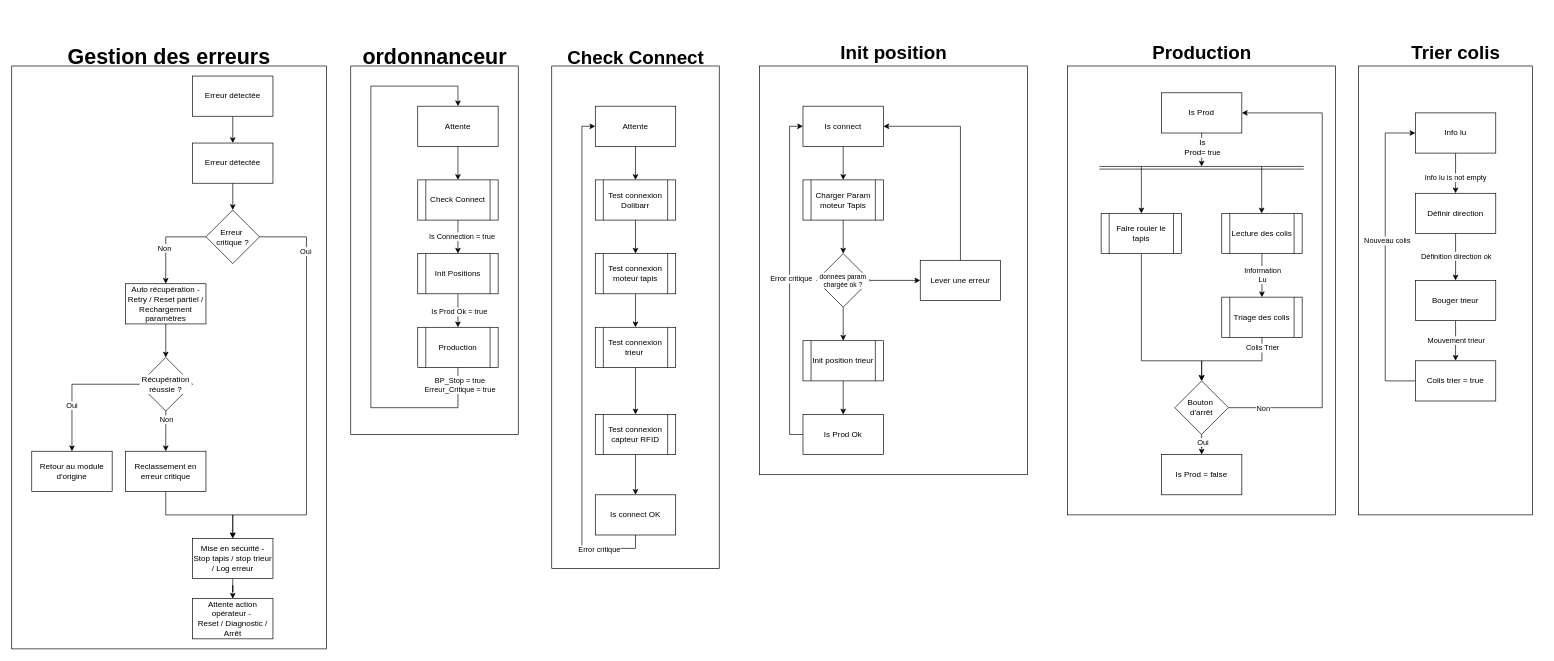
Earlier version of the draw.io diagram docs/Schema_state_machine.drawio (Mr-terra/Conveyor_belt). Source tidied: cells renumbered, new cells numbered last; positions are measured from the earlier drawing's top-left corner, leaving out a move shared by most shapes. Both pictures are drawn from the tidied source at 67%, with x=0, y=0 at pixel (11, 39).
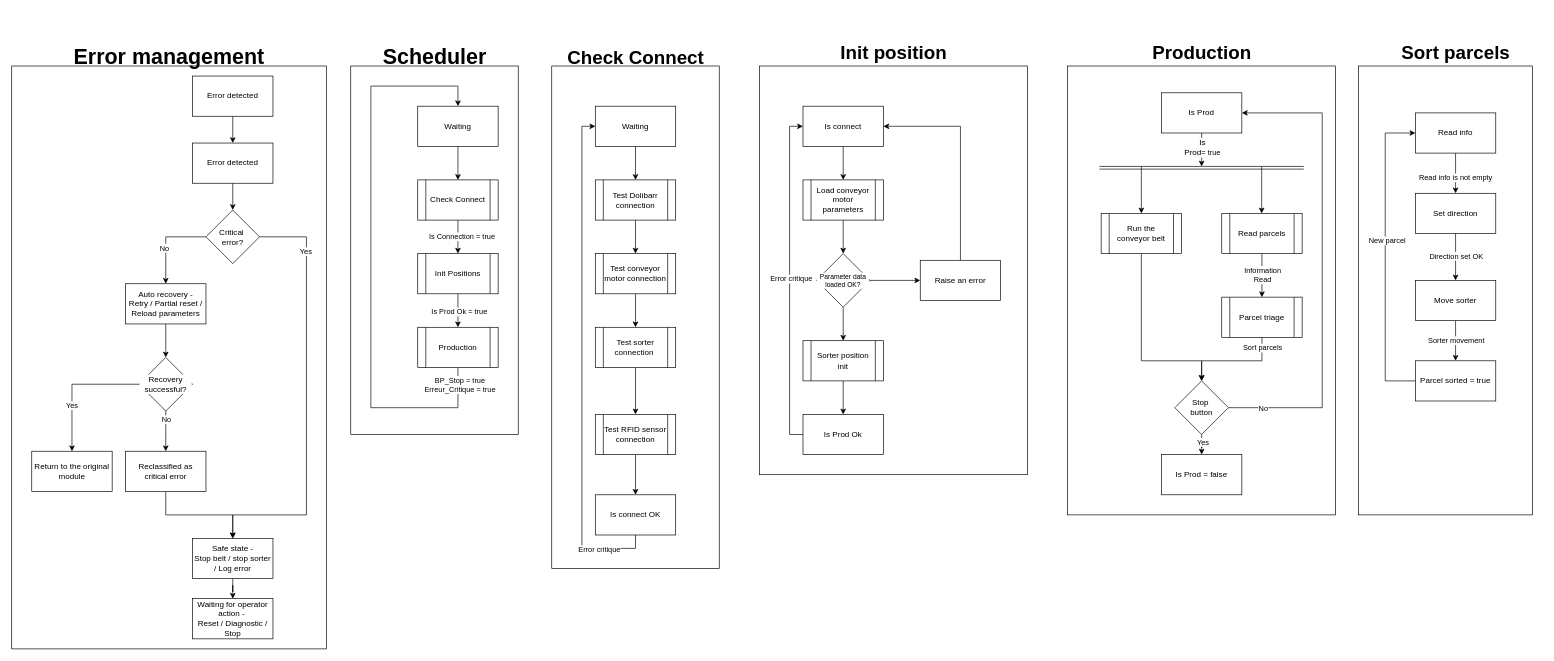
After the change.

Unchanged cells that the change refers to:
```xml
<mxCell id="2" style="group;" parent="1" vertex="1">
  <mxGeometry x="506" width="250" height="590" as="geometry" />
</mxCell>
<mxCell id="22" style="group;" parent="1" vertex="1">
  <mxGeometry x="806" width="250" height="790" as="geometry" />
</mxCell>
<mxCell id="50" style="group;" parent="1" vertex="1">
  <mxGeometry width="470" height="910" as="geometry" />
</mxCell>
<mxCell id="57" style="edgeStyle=orthogonalEdgeStyle;rounded=0;jettySize=auto;html=1;exitX=0;exitY=0.5;exitDx=0;exitDy=0;" parent="50" edge="1" source="61" target="63">
  <mxGeometry relative="1" as="geometry">
    <Array as="points">
      <mxPoint x="229.9" y="295" />
    </Array>
  </mxGeometry>
</mxCell>
<mxCell id="59" style="edgeStyle=orthogonalEdgeStyle;rounded=0;jettySize=auto;html=1;exitX=1;exitY=0.5;exitDx=0;exitDy=0;entryX=0.5;entryY=0;entryDx=0;entryDy=0;" parent="50" edge="1" source="61" target="73">
  <mxGeometry relative="1" as="geometry">
    <Array as="points">
      <mxPoint x="439.9" y="295" />
      <mxPoint x="439.9" y="710" />
      <mxPoint x="329.9" y="710" />
    </Array>
  </mxGeometry>
</mxCell>
<mxCell id="64" style="edgeStyle=orthogonalEdgeStyle;rounded=0;jettySize=auto;html=1;exitX=0;exitY=0.5;exitDx=0;exitDy=0;entryX=0.5;entryY=0;entryDx=0;entryDy=0;" parent="50" edge="1" source="68" target="71">
  <mxGeometry relative="1" as="geometry" />
</mxCell>
<mxCell id="66" style="edgeStyle=orthogonalEdgeStyle;rounded=0;jettySize=auto;html=1;exitX=0.5;exitY=1;exitDx=0;exitDy=0;entryX=0.5;entryY=0;entryDx=0;entryDy=0;" parent="50" edge="1" source="68" target="70">
  <mxGeometry relative="1" as="geometry" />
</mxCell>
<mxCell id="75" style="group;" parent="1" vertex="1">
  <mxGeometry x="1576" width="400" height="710" as="geometry" />
</mxCell>
<mxCell id="84" style="edgeStyle=orthogonalEdgeStyle;rounded=0;jettySize=auto;html=1;" parent="75" edge="1" source="86" target="89">
  <mxGeometry relative="1" as="geometry" />
</mxCell>
<mxCell id="87" style="edgeStyle=orthogonalEdgeStyle;rounded=0;jettySize=auto;html=1;exitX=0.5;exitY=1;exitDx=0;exitDy=0;entryX=0.5;entryY=0;entryDx=0;entryDy=0;" parent="75" edge="1" source="89" target="96">
  <mxGeometry relative="1" as="geometry">
    <Array as="points">
      <mxPoint x="290" y="480" />
      <mxPoint x="200" y="480" />
    </Array>
  </mxGeometry>
</mxCell>
<mxCell id="92" style="edgeStyle=orthogonalEdgeStyle;rounded=0;jettySize=auto;html=1;exitX=1;exitY=0.5;exitDx=0;exitDy=0;entryX=1;entryY=0.5;entryDx=0;entryDy=0;" parent="75" edge="1" source="96" target="78">
  <mxGeometry relative="1" as="geometry">
    <Array as="points">
      <mxPoint x="380" y="550" />
      <mxPoint x="380" y="110" />
    </Array>
  </mxGeometry>
</mxCell>
<mxCell id="94" style="edgeStyle=orthogonalEdgeStyle;rounded=0;jettySize=auto;html=1;" parent="75" edge="1" source="96" target="97">
  <mxGeometry relative="1" as="geometry" />
</mxCell>
<mxCell id="100" style="edgeStyle=orthogonalEdgeStyle;rounded=0;jettySize=auto;html=1;" parent="1" edge="1" source="102" target="109">
  <mxGeometry relative="1" as="geometry" />
</mxCell>
<mxCell id="103" style="edgeStyle=orthogonalEdgeStyle;rounded=0;jettySize=auto;html=1;" parent="1" edge="1" source="105" target="102">
  <mxGeometry relative="1" as="geometry" />
</mxCell>
<mxCell id="106" style="edgeStyle=orthogonalEdgeStyle;rounded=0;jettySize=auto;html=1;" parent="1" edge="1" source="108" target="105">
  <mxGeometry relative="1" as="geometry" />
</mxCell>
<mxCell id="113" style="edgeStyle=orthogonalEdgeStyle;rounded=0;jettySize=auto;html=1;exitX=0;exitY=0.5;exitDx=0;exitDy=0;entryX=0;entryY=0.5;entryDx=0;entryDy=0;" parent="1" edge="1" source="109" target="108">
  <mxGeometry relative="1" as="geometry">
    <Array as="points">
      <mxPoint x="2050" y="510" />
      <mxPoint x="2050" y="140" />
    </Array>
  </mxGeometry>
</mxCell>
```

Change to the diagram source:
```diff
@@
-    <mxCell id="8" value="Attente" style="rounded=0;whiteSpace=wrap;html=1;" parent="2" vertex="1">
+    <mxCell id="8" value="Waiting" style="rounded=0;whiteSpace=wrap;html=1;" parent="2" vertex="1">
       <mxGeometry x="100" y="100" width="120" height="60" as="geometry" />
     </mxCell>
@@
-    <mxCell id="15" value="&lt;h1 style=&quot;text-wrap-mode: wrap;&quot;&gt;&lt;font style=&quot;font-size: 32px;&quot;&gt;ordonnanceur&lt;/font&gt;&lt;/h1&gt;" style="text;strokeColor=none;fillColor=none;html=1;fontSize=24;fontStyle=1;verticalAlign=middle;align=center;" parent="2" vertex="1">
+    <mxCell id="15" value="&lt;h1 style=&quot;text-wrap-mode: wrap;&quot;&gt;&lt;font style=&quot;font-size: 32px;&quot;&gt;Scheduler&lt;/font&gt;&lt;/h1&gt;" style="text;strokeColor=none;fillColor=none;html=1;fontSize=24;fontStyle=1;verticalAlign=middle;align=center;" parent="2" vertex="1">
       <mxGeometry x="17.5" width="215" height="40" as="geometry" />
     </mxCell>
@@
-    <mxCell id="21" value="Charger Param moteur Tapis" style="shape=process;whiteSpace=wrap;html=1;backgroundOutline=1;" parent="1" vertex="1">
+    <mxCell id="21" value="Load conveyor motor parameters" style="shape=process;whiteSpace=wrap;html=1;backgroundOutline=1;" parent="1" vertex="1">
       <mxGeometry x="1181" y="210" width="120" height="60" as="geometry" />
     </mxCell>
@@
-    <mxCell id="26" value="Attente" style="rounded=0;whiteSpace=wrap;html=1;" parent="22" vertex="1">
+    <mxCell id="26" value="Waiting" style="rounded=0;whiteSpace=wrap;html=1;" parent="22" vertex="1">
       <mxGeometry x="65" y="100" width="120" height="60" as="geometry" />
     </mxCell>
@@
-    <mxCell id="28" value="Test connexion Dolibarr" style="shape=process;whiteSpace=wrap;html=1;backgroundOutline=1;" parent="22" vertex="1">
+    <mxCell id="28" value="Test Dolibarr connection" style="shape=process;whiteSpace=wrap;html=1;backgroundOutline=1;" parent="22" vertex="1">
       <mxGeometry x="65" y="210" width="120" height="60" as="geometry" />
     </mxCell>
@@
-    <mxCell id="30" value="Test connexion moteur tapis" style="shape=process;whiteSpace=wrap;html=1;backgroundOutline=1;" parent="22" vertex="1">
+    <mxCell id="30" value="Test conveyor motor connection" style="shape=process;whiteSpace=wrap;html=1;backgroundOutline=1;" parent="22" vertex="1">
       <mxGeometry x="65" y="320" width="120" height="60" as="geometry" />
     </mxCell>
@@
-    <mxCell id="32" value="Test connexion trieur&amp;nbsp;" style="shape=process;whiteSpace=wrap;html=1;backgroundOutline=1;" parent="22" vertex="1">
+    <mxCell id="32" value="Test sorter connection&amp;nbsp;" style="shape=process;whiteSpace=wrap;html=1;backgroundOutline=1;" parent="22" vertex="1">
       <mxGeometry x="65" y="430" width="120" height="60" as="geometry" />
     </mxCell>
@@
-    <mxCell id="34" value="Test connexion capteur RFID" style="shape=process;whiteSpace=wrap;html=1;backgroundOutline=1;" parent="22" vertex="1">
+    <mxCell id="34" value="Test RFID sensor connection" style="shape=process;whiteSpace=wrap;html=1;backgroundOutline=1;" parent="22" vertex="1">
       <mxGeometry x="65" y="560" width="120" height="60" as="geometry" />
     </mxCell>
@@
-    <mxCell id="40" value="données param chargée ok ?" style="rhombus;whiteSpace=wrap;html=1;labelBorderColor=none;labelBackgroundColor=default;fontSize=10;" parent="1" vertex="1">
+    <mxCell id="40" value="Parameter data loaded OK?" style="rhombus;whiteSpace=wrap;html=1;labelBorderColor=none;labelBackgroundColor=default;fontSize=10;" parent="1" vertex="1">
       <mxGeometry x="1201" y="320" width="80" height="80" as="geometry" />
     </mxCell>
-    <mxCell id="41" value="Lever une erreur" style="rounded=0;whiteSpace=wrap;html=1;" parent="1" vertex="1">
+    <mxCell id="41" value="Raise an error" style="rounded=0;whiteSpace=wrap;html=1;" parent="1" vertex="1">
       <mxGeometry x="1356" y="330" width="120" height="60" as="geometry" />
     </mxCell>
@@
-    <mxCell id="43" value="Init position trieur" style="shape=process;whiteSpace=wrap;html=1;backgroundOutline=1;" parent="1" vertex="1">
+    <mxCell id="43" value="Sorter position init" style="shape=process;whiteSpace=wrap;html=1;backgroundOutline=1;" parent="1" vertex="1">
       <mxGeometry x="1181" y="450" width="120" height="60" as="geometry" />
     </mxCell>
@@
-    <mxCell id="52" value="&lt;b&gt;Gestion des erreurs&lt;/b&gt;" style="text;html=1;align=center;verticalAlign=top;whiteSpace=wrap;rounded=0;fontSize=32;" parent="50" vertex="1">
+    <mxCell id="52" value="&lt;b&gt;Error management&lt;/b&gt;" style="text;html=1;align=center;verticalAlign=top;whiteSpace=wrap;rounded=0;fontSize=32;" parent="50" vertex="1">
       <mxGeometry width="470" height="40" as="geometry" />
     </mxCell>
@@
-    <mxCell id="54" value="Erreur détectée" style="rounded=0;whiteSpace=wrap;html=1;" parent="50" vertex="1">
+    <mxCell id="54" value="Error detected" style="rounded=0;whiteSpace=wrap;html=1;" parent="50" vertex="1">
       <mxGeometry x="269.9" y="155" width="120" height="60" as="geometry" />
     </mxCell>
@@
-    <mxCell id="56" value="Erreur détectée" style="rounded=0;whiteSpace=wrap;html=1;" parent="50" vertex="1">
+    <mxCell id="56" value="Error detected" style="rounded=0;whiteSpace=wrap;html=1;" parent="50" vertex="1">
       <mxGeometry x="269.9" y="55" width="120" height="60" as="geometry" />
     </mxCell>
@@
-    <mxCell id="58" value="Non" style="edgeLabel;html=1;align=center;verticalAlign=middle;" parent="57" vertex="1">
+    <mxCell id="58" value="No" style="edgeLabel;html=1;align=center;verticalAlign=middle;" parent="57" vertex="1">
       <mxGeometry x="0.17" y="-2" relative="1" as="geometry" />
     </mxCell>
@@
-    <mxCell id="60" value="Oui" style="edgeLabel;html=1;align=center;verticalAlign=middle;" parent="59" vertex="1">
+    <mxCell id="60" value="Yes" style="edgeLabel;html=1;align=center;verticalAlign=middle;" parent="59" vertex="1">
       <mxGeometry x="-0.71" y="-1" relative="1" as="geometry" />
     </mxCell>
-    <mxCell id="61" value="Erreur&amp;nbsp;&lt;div&gt;critique ?&lt;/div&gt;" style="rhombus;whiteSpace=wrap;html=1;" parent="50" vertex="1">
+    <mxCell id="61" value="Critical&amp;nbsp;&lt;div&gt;error?&lt;/div&gt;" style="rhombus;whiteSpace=wrap;html=1;" parent="50" vertex="1">
       <mxGeometry x="289.9" y="255" width="80" height="80" as="geometry" />
     </mxCell>
@@
-    <mxCell id="63" value="Auto récupération -&lt;br&gt;Retry / Reset partiel /&lt;div&gt;Rechargement paramètres&lt;/div&gt;" style="rounded=0;whiteSpace=wrap;html=1;" parent="50" vertex="1">
+    <mxCell id="63" value="Auto recovery -&lt;br&gt;Retry / Partial reset /&lt;div&gt;Reload parameters&lt;/div&gt;" style="rounded=0;whiteSpace=wrap;html=1;" parent="50" vertex="1">
       <mxGeometry x="169.9" y="365" width="120" height="60" as="geometry" />
     </mxCell>
@@
-    <mxCell id="65" value="Oui" style="edgeLabel;html=1;align=center;verticalAlign=middle;" parent="64" vertex="1">
+    <mxCell id="65" value="Yes" style="edgeLabel;html=1;align=center;verticalAlign=middle;" parent="64" vertex="1">
       <mxGeometry x="0.31" relative="1" as="geometry" />
     </mxCell>
@@
-    <mxCell id="67" value="Non" style="edgeLabel;html=1;align=center;verticalAlign=middle;" parent="66" vertex="1">
+    <mxCell id="67" value="No" style="edgeLabel;html=1;align=center;verticalAlign=middle;" parent="66" vertex="1">
       <mxGeometry x="-0.61" y="1" relative="1" as="geometry" />
     </mxCell>
-    <mxCell id="68" value="Récupération réussie ?" style="rhombus;whiteSpace=wrap;html=1;labelBackgroundColor=default;" parent="50" vertex="1">
+    <mxCell id="68" value="Recovery successful?" style="rhombus;whiteSpace=wrap;html=1;labelBackgroundColor=default;" parent="50" vertex="1">
       <mxGeometry x="189.9" y="475" width="80" height="80" as="geometry" />
     </mxCell>
@@
-    <mxCell id="70" value="Reclassement en erreur critique" style="rounded=0;whiteSpace=wrap;html=1;" parent="50" vertex="1">
+    <mxCell id="70" value="Reclassified as critical error" style="rounded=0;whiteSpace=wrap;html=1;" parent="50" vertex="1">
       <mxGeometry x="169.9" y="615" width="120" height="60" as="geometry" />
     </mxCell>
-    <mxCell id="71" value="Retour au module d'origine" style="rounded=0;whiteSpace=wrap;html=1;" parent="50" vertex="1">
+    <mxCell id="71" value="Return to the original module" style="rounded=0;whiteSpace=wrap;html=1;" parent="50" vertex="1">
       <mxGeometry x="29.9" y="615" width="120" height="60" as="geometry" />
     </mxCell>
@@
-    <mxCell id="73" value="Mise en sécurité -&lt;br&gt;Stop tapis / stop trieur / Log erreur" style="rounded=0;whiteSpace=wrap;html=1;" parent="50" vertex="1">
+    <mxCell id="73" value="Safe state -&lt;br&gt;Stop belt / stop sorter / Log error" style="rounded=0;whiteSpace=wrap;html=1;" parent="50" vertex="1">
       <mxGeometry x="269.9" y="745" width="120" height="60" as="geometry" />
     </mxCell>
-    <mxCell id="74" value="Attente action opérateur -&amp;nbsp;&lt;div&gt;Reset / Diagnostic / Arrêt&lt;/div&gt;" style="rounded=0;whiteSpace=wrap;html=1;" parent="50" vertex="1">
+    <mxCell id="74" value="Waiting for operator action -&amp;nbsp;&lt;div&gt;Reset / Diagnostic / Stop&lt;/div&gt;" style="rounded=0;whiteSpace=wrap;html=1;" parent="50" vertex="1">
       <mxGeometry x="269.9" y="835" width="120" height="60" as="geometry" />
     </mxCell>
@@
-    <mxCell id="83" value="Faire rouler le tapis" style="shape=process;whiteSpace=wrap;html=1;backgroundOutline=1;" parent="75" vertex="1">
+    <mxCell id="83" value="Run the conveyor belt" style="shape=process;whiteSpace=wrap;html=1;backgroundOutline=1;" parent="75" vertex="1">
       <mxGeometry x="50" y="260" width="120" height="60" as="geometry" />
     </mxCell>
@@
-    <mxCell id="85" value="Information&lt;br&gt;Lu" style="edgeLabel;html=1;align=center;verticalAlign=middle;" parent="84" vertex="1">
+    <mxCell id="85" value="Information&lt;br&gt;Read" style="edgeLabel;html=1;align=center;verticalAlign=middle;" parent="84" vertex="1">
       <mxGeometry x="-0.11" y="8" relative="1" as="geometry">
         <mxPoint x="-8" y="2" as="offset" />
       </mxGeometry>
     </mxCell>
-    <mxCell id="86" value="Lecture des colis" style="shape=process;whiteSpace=wrap;html=1;backgroundOutline=1;" parent="75" vertex="1">
+    <mxCell id="86" value="Read parcels" style="shape=process;whiteSpace=wrap;html=1;backgroundOutline=1;" parent="75" vertex="1">
       <mxGeometry x="230" y="260" width="120" height="60" as="geometry" />
     </mxCell>
@@
-    <mxCell id="88" value="Colis Trier" style="edgeLabel;html=1;align=center;verticalAlign=middle;" parent="87" vertex="1">
+    <mxCell id="88" value="Sort parcels" style="edgeLabel;html=1;align=center;verticalAlign=middle;" parent="87" vertex="1">
       <mxGeometry x="-0.68" y="-1" relative="1" as="geometry">
         <mxPoint x="1" y="-10" as="offset" />
       </mxGeometry>
     </mxCell>
-    <mxCell id="89" value="Triage des colis" style="shape=process;whiteSpace=wrap;html=1;backgroundOutline=1;" parent="75" vertex="1">
+    <mxCell id="89" value="Parcel triage" style="shape=process;whiteSpace=wrap;html=1;backgroundOutline=1;" parent="75" vertex="1">
       <mxGeometry x="230" y="385" width="120" height="60" as="geometry" />
     </mxCell>
@@
-    <mxCell id="93" value="Non" style="edgeLabel;html=1;align=center;verticalAlign=middle;" parent="92" vertex="1">
+    <mxCell id="93" value="No" style="edgeLabel;html=1;align=center;verticalAlign=middle;" parent="92" vertex="1">
       <mxGeometry x="-0.72" y="-1" relative="1" as="geometry">
         <mxPoint x="-47" y="-1" as="offset" />
       </mxGeometry>
     </mxCell>
@@
-    <mxCell id="95" value="Oui" style="edgeLabel;html=1;align=center;verticalAlign=middle;" parent="94" vertex="1">
+    <mxCell id="95" value="Yes" style="edgeLabel;html=1;align=center;verticalAlign=middle;" parent="94" vertex="1">
       <mxGeometry x="0.22" y="1" relative="1" as="geometry" />
     </mxCell>
-    <mxCell id="96" value="Bouton&amp;nbsp;&lt;div&gt;d'arrêt&lt;/div&gt;" style="rhombus;whiteSpace=wrap;html=1;" parent="75" vertex="1">
+    <mxCell id="96" value="Stop&amp;nbsp;&lt;div&gt;button&lt;/div&gt;" style="rhombus;whiteSpace=wrap;html=1;" parent="75" vertex="1">
       <mxGeometry x="160" y="510" width="80" height="80" as="geometry" />
     </mxCell>
@@
-    <mxCell id="99" value="&lt;span style=&quot;font-size: 28px;&quot;&gt;Trier colis&lt;/span&gt;" style="text;strokeColor=none;fillColor=none;html=1;fontSize=24;fontStyle=1;verticalAlign=middle;align=center;" parent="1" vertex="1">
+    <mxCell id="99" value="&lt;span style=&quot;font-size: 28px;&quot;&gt;Sort parcels&lt;/span&gt;" style="text;strokeColor=none;fillColor=none;html=1;fontSize=24;fontStyle=1;verticalAlign=middle;align=center;" parent="1" vertex="1">
       <mxGeometry x="2025" width="260" height="40" as="geometry" />
     </mxCell>
@@
-    <mxCell id="101" value="Mouvement trieur" style="edgeLabel;html=1;align=center;verticalAlign=middle;" parent="100" vertex="1">
+    <mxCell id="101" value="Sorter movement" style="edgeLabel;html=1;align=center;verticalAlign=middle;" parent="100" vertex="1">
       <mxGeometry x="-0.15" y="1" relative="1" as="geometry">
         <mxPoint x="-1" y="3" as="offset" />
       </mxGeometry>
     </mxCell>
-    <mxCell id="102" value="Bouger trieur" style="rounded=0;whiteSpace=wrap;html=1;" parent="1" vertex="1">
+    <mxCell id="102" value="Move sorter" style="rounded=0;whiteSpace=wrap;html=1;" parent="1" vertex="1">
       <mxGeometry x="2095" y="360" width="120" height="60" as="geometry" />
     </mxCell>
@@
-    <mxCell id="104" value="Définition direction ok" style="edgeLabel;html=1;align=center;verticalAlign=middle;" parent="103" vertex="1">
+    <mxCell id="104" value="Direction set OK" style="edgeLabel;html=1;align=center;verticalAlign=middle;" parent="103" vertex="1">
       <mxGeometry x="-0.26" y="1" relative="1" as="geometry">
         <mxPoint x="-1" y="7" as="offset" />
       </mxGeometry>
     </mxCell>
-    <mxCell id="105" value="Définir direction" style="rounded=0;whiteSpace=wrap;html=1;" parent="1" vertex="1">
+    <mxCell id="105" value="Set direction" style="rounded=0;whiteSpace=wrap;html=1;" parent="1" vertex="1">
       <mxGeometry x="2095" y="230" width="120" height="60" as="geometry" />
     </mxCell>
@@
-    <mxCell id="107" value="Info lu is not empty" style="edgeLabel;html=1;align=center;verticalAlign=middle;" parent="106" vertex="1">
+    <mxCell id="107" value="Read info is not empty" style="edgeLabel;html=1;align=center;verticalAlign=middle;" parent="106" vertex="1">
       <mxGeometry x="0.19" y="-1" relative="1" as="geometry" />
     </mxCell>
-    <mxCell id="108" value="Info lu" style="rounded=0;whiteSpace=wrap;html=1;" parent="1" vertex="1">
+    <mxCell id="108" value="Read info" style="rounded=0;whiteSpace=wrap;html=1;" parent="1" vertex="1">
       <mxGeometry x="2095" y="110" width="120" height="60" as="geometry" />
     </mxCell>
-    <mxCell id="109" value="Colis trier = true" style="rounded=0;whiteSpace=wrap;html=1;" parent="1" vertex="1">
+    <mxCell id="109" value="Parcel sorted = true" style="rounded=0;whiteSpace=wrap;html=1;" parent="1" vertex="1">
       <mxGeometry x="2095" y="480" width="120" height="60" as="geometry" />
     </mxCell>
@@
-    <mxCell id="114" value="Nouveau colis" style="edgeLabel;html=1;align=center;verticalAlign=middle;" parent="113" vertex="1">
+    <mxCell id="114" value="New parcel" style="edgeLabel;html=1;align=center;verticalAlign=middle;" parent="113" vertex="1">
       <mxGeometry x="0.11" y="-2" relative="1" as="geometry" />
     </mxCell>
```
